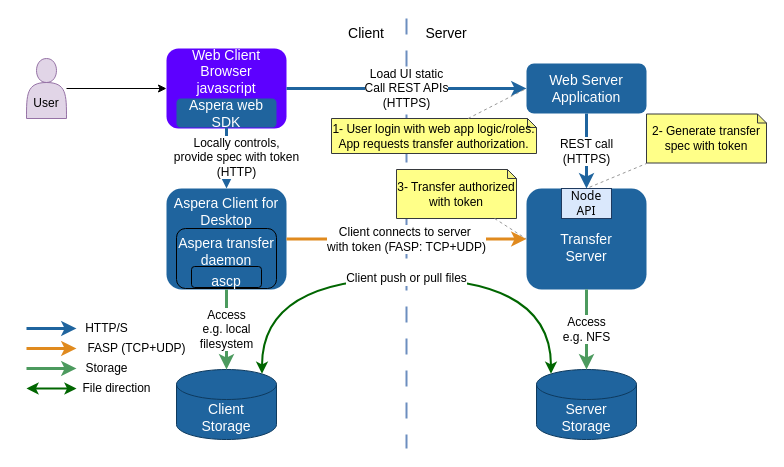
Before: page "api-5" (4 of 9) of guide/images/diagrams.drawio in laurent-martin/aspera-api-examples, a draw.io diagram. Source tidied: cells renumbered, new cells numbered last; positions are measured from the earlier drawing's top-left corner, leaving out a move shared by most shapes. Both pictures are drawn from the tidied source at 100%, with x=0, y=0 at pixel (26, 18).
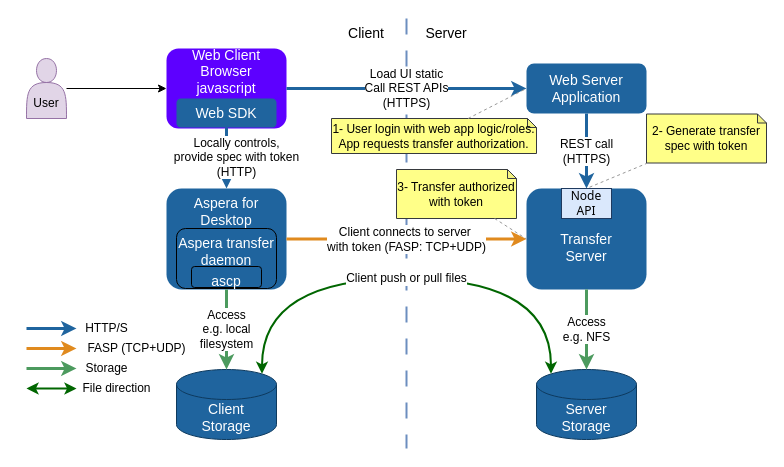
Above is the later version.

Change to the diagram source:
```diff
@@
-    <mxCell id="6" value="Web Client&lt;div&gt;&lt;span style=&quot;background-color: transparent; color: light-dark(rgb(255, 255, 255), rgb(18, 18, 18));&quot;&gt;Browser&lt;/span&gt;&lt;/div&gt;&lt;div&gt;&lt;span style=&quot;background-color: transparent; color: light-dark(rgb(255, 255, 255), rgb(18, 18, 18));&quot;&gt;javascript&lt;/span&gt;&lt;/div&gt;&lt;div&gt;&lt;span style=&quot;background-color: transparent; color: light-dark(rgb(255, 255, 255), rgb(18, 18, 18));&quot;&gt;&lt;br&gt;&lt;/span&gt;&lt;/div&gt;&lt;div&gt;&lt;span style=&quot;background-color: transparent; color: light-dark(rgb(255, 255, 255), rgb(18, 18, 18));&quot;&gt;&lt;br&gt;&lt;/span&gt;&lt;/div&gt;" style="rounded=1;whiteSpace=wrap;html=1;fillColor=#5D00FF;fontColor=#ffffff;strokeColor=none;fontSize=14;" parent="1" vertex="1">
+    <mxCell id="6" value="Web Client&lt;div&gt;Browser&lt;/div&gt;&lt;div&gt;javascript&lt;/div&gt;&lt;div&gt;&lt;br&gt;&lt;/div&gt;&lt;div&gt;&lt;br&gt;&lt;/div&gt;" style="rounded=1;whiteSpace=wrap;html=1;fillColor=#5D00FF;fontColor=#ffffff;strokeColor=none;fontSize=14;" parent="1" vertex="1">
       <mxGeometry x="140" y="30" width="120" height="80" as="geometry" />
     </mxCell>
@@
-    <mxCell id="8" value="Aspera Client for Desktop" style="rounded=1;whiteSpace=wrap;html=1;fillColor=#1f649e;fontColor=#ffffff;strokeColor=none;fontSize=14;verticalAlign=top;" parent="1" vertex="1">
+    <mxCell id="8" value="Aspera for Desktop" style="rounded=1;whiteSpace=wrap;html=1;fillColor=#1f649e;fontColor=#ffffff;strokeColor=none;fontSize=14;verticalAlign=top;" parent="1" vertex="1">
       <mxGeometry x="140" y="170" width="120" height="101" as="geometry" />
     </mxCell>
@@
-    <mxCell id="29" value="Aspera web SDK" style="rounded=1;whiteSpace=wrap;html=1;fillColor=#1F649E;fontColor=#ffffff;strokeColor=none;fontSize=14;" parent="1" vertex="1">
+    <mxCell id="29" value="Web SDK" style="rounded=1;whiteSpace=wrap;html=1;fillColor=#1F649E;fontColor=#ffffff;strokeColor=none;fontSize=14;" parent="1" vertex="1">
       <mxGeometry x="150" y="80" width="100" height="29" as="geometry" />
     </mxCell>
```
